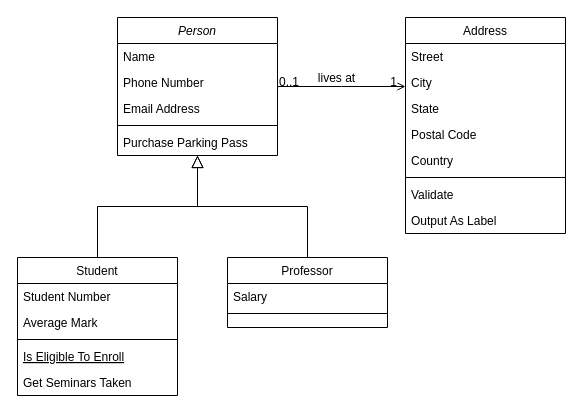
Before: page "Page-1" (1 of 2) of Diagrama sem nome.drawio in GustavoSantiago81/prog.web_mobile_saojudas, a draw.io diagram. Source tidied: cells renumbered, new cells numbered last; positions are measured from the earlier drawing's top-left corner, leaving out a move shared by most shapes. Both pictures are drawn from the tidied source at 100%, with x=0, y=0 at pixel (17, 17).
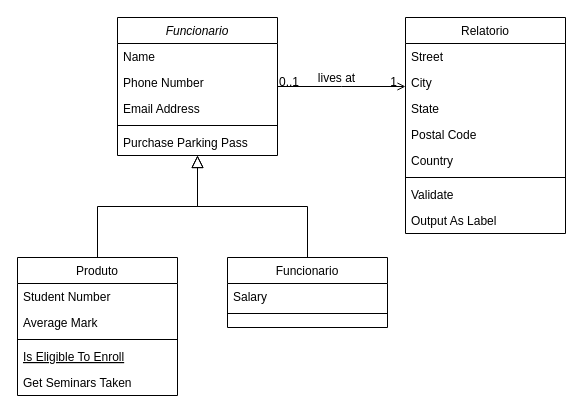
After the change.

The edit, as a diff of the source:
```diff
@@
-    <mxCell id="2" value="Person" style="swimlane;fontStyle=2;align=center;verticalAlign=top;horizontal=1;startSize=26;rounded=0;shadow=0;strokeWidth=1;" parent="1" vertex="1">
+    <mxCell id="2" value="Funcionario" style="swimlane;fontStyle=2;align=center;verticalAlign=top;horizontal=1;startSize=26;rounded=0;shadow=0;strokeWidth=1;" parent="1" vertex="1">
       <mxGeometry x="100" width="160" height="138" as="geometry" />
     </mxCell>
@@
-    <mxCell id="8" value="Student" style="swimlane;fontStyle=0;align=center;verticalAlign=top;horizontal=1;startSize=26;rounded=0;shadow=0;strokeWidth=1;" parent="1" vertex="1">
+    <mxCell id="8" value="Produto&#10;" style="swimlane;fontStyle=0;align=center;verticalAlign=top;horizontal=1;startSize=26;rounded=0;shadow=0;strokeWidth=1;" parent="1" vertex="1">
       <mxGeometry y="240" width="160" height="138" as="geometry" />
     </mxCell>
@@
-    <mxCell id="15" value="Professor" style="swimlane;fontStyle=0;align=center;verticalAlign=top;horizontal=1;startSize=26;rounded=0;shadow=0;strokeWidth=1;" parent="1" vertex="1">
+    <mxCell id="15" value="Funcionario&#10;" style="swimlane;fontStyle=0;align=center;verticalAlign=top;horizontal=1;startSize=26;rounded=0;shadow=0;strokeWidth=1;" parent="1" vertex="1">
       <mxGeometry x="210" y="240" width="160" height="70" as="geometry" />
     </mxCell>
@@
-    <mxCell id="19" value="Address" style="swimlane;fontStyle=0;align=center;verticalAlign=top;horizontal=1;startSize=26;rounded=0;shadow=0;strokeWidth=1;" parent="1" vertex="1">
+    <mxCell id="19" value="Relatorio&#10;" style="swimlane;fontStyle=0;align=center;verticalAlign=top;horizontal=1;startSize=26;rounded=0;shadow=0;strokeWidth=1;" parent="1" vertex="1">
       <mxGeometry x="388" width="160" height="216" as="geometry" />
     </mxCell>
```
